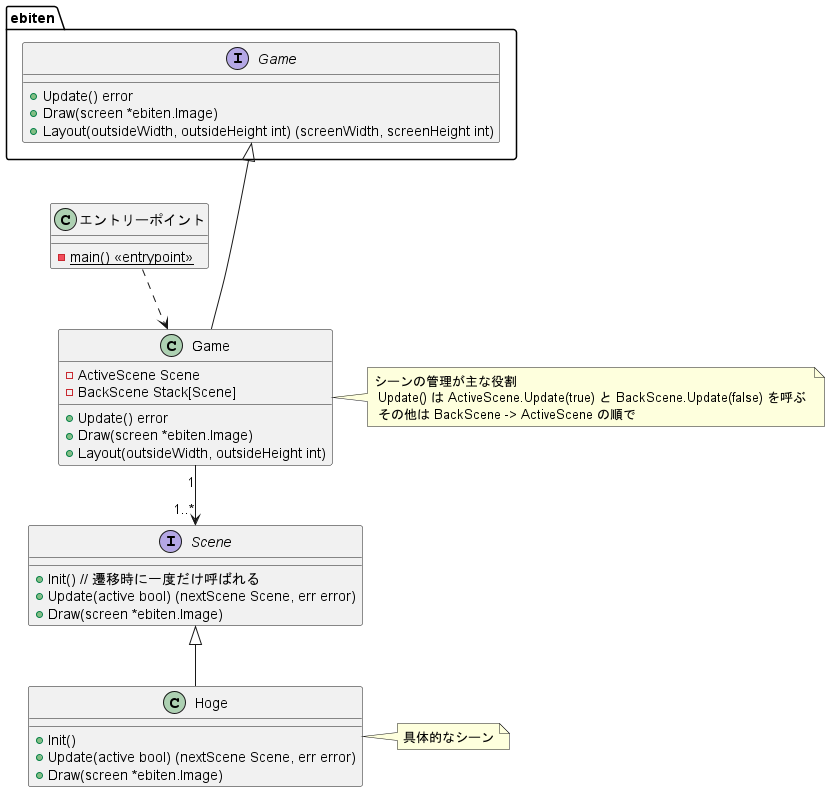
Above: Docs/game_class_diagram.png in kmc-jp/Gamedev_Tempura-of-p--Phenylazo-phenol (PlantUML), before the change.
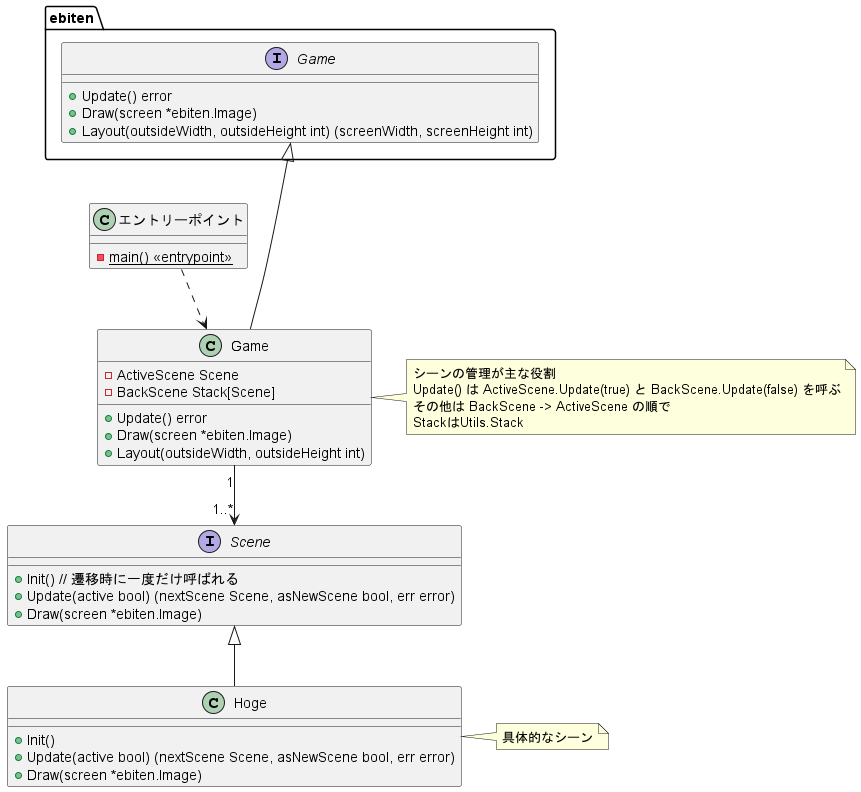
After the commit.

Commit message:
- Update関数の返り値を追加 - Stack が Utils パッケージにあることを追記

The edit, as a diff of the source:
```diff
@@ -19,11 +19,11 @@
     + Draw(screen *ebiten.Image)
     + Layout(outsideWidth, outsideHeight int)
 }
-note right of Game : シーンの管理が主な役割 \n Update() は ActiveScene.Update(true) と BackScene.Update(false) を呼ぶ \n その他は BackScene -> ActiveScene の順で
+note right of Game : シーンの管理が主な役割\nUpdate() は ActiveScene.Update(true) と BackScene.Update(false) を呼ぶ\nその他は BackScene -> ActiveScene の順で\nStackはUtils.Stack
 
 interface Scene {
     + Init() // 遷移時に一度だけ呼ばれる
-    + Update(active bool) (nextScene Scene, err error)
+    + Update(active bool) (nextScene Scene, asNewScene bool, err error)
     + Draw(screen *ebiten.Image)
 }
 
@@ -34,7 +34,7 @@
 
 class Hoge {
     + Init()
-    + Update(active bool) (nextScene Scene, err error)
+    + Update(active bool) (nextScene Scene, asNewScene bool, err error)
     + Draw(screen *ebiten.Image)
 }
 note right of Hoge : 具体的なシーン
```
